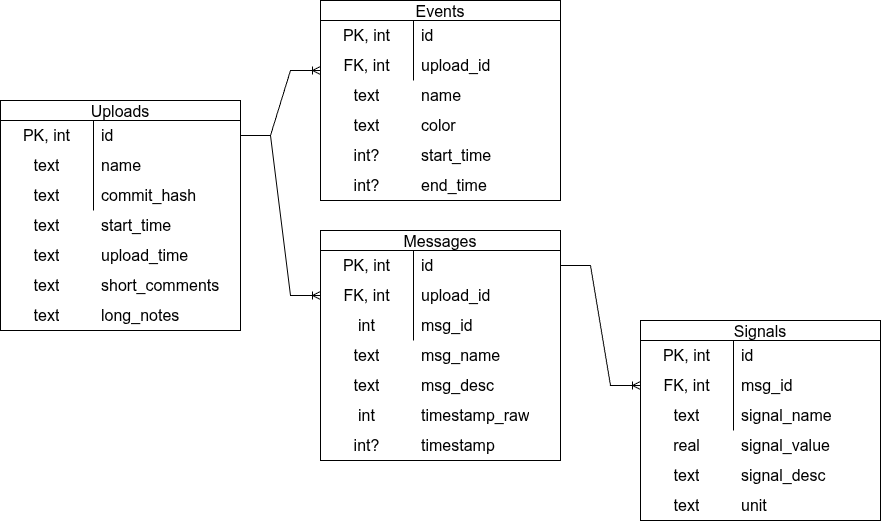
Earlier version of the draw.io export daq/daqcloud_tables.drawio.png (PurdueElectricRacing/firmware). Source tidied: cells renumbered, new cells last; positions are measured from the earlier drawing's top-left corner, leaving out a move shared by most shapes.
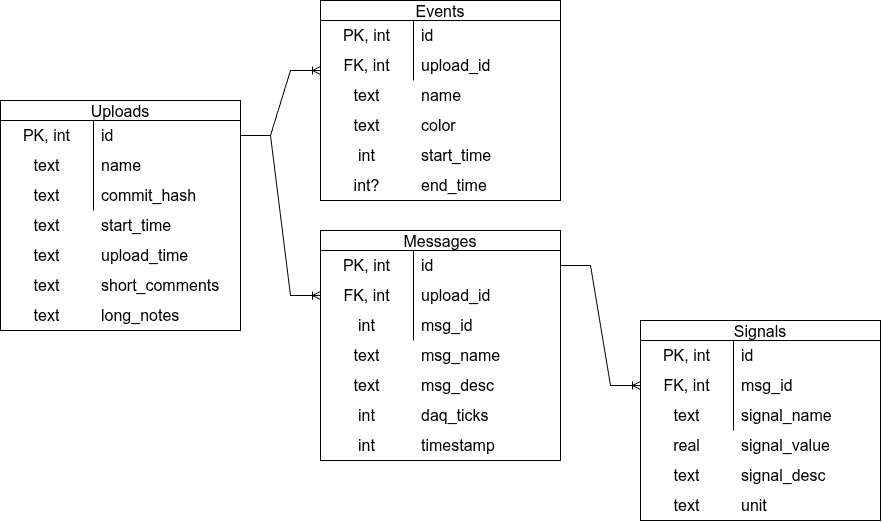
After the change.

Commit message:
use ? as optional

What changed in the source:
```diff
@@ -82,10 +82,10 @@
     <mxCell id="27" value="int" style="shape=partialRectangle;html=1;whiteSpace=wrap;fillColor=none;top=0;left=0;bottom=0;right=0;overflow=hidden;strokeColor=inherit;fontSize=16;" parent="1" vertex="1">
       <mxGeometry x="320" y="400" width="93" height="30" as="geometry" />
     </mxCell>
-    <mxCell id="28" value="timestamp_raw" style="shape=partialRectangle;html=1;whiteSpace=wrap;fillColor=none;top=0;left=0;bottom=0;right=0;align=left;spacingLeft=6;overflow=hidden;strokeColor=inherit;fontSize=16;" parent="1" vertex="1">
+    <mxCell id="28" value="daq_ticks" style="shape=partialRectangle;html=1;whiteSpace=wrap;fillColor=none;top=0;left=0;bottom=0;right=0;align=left;spacingLeft=6;overflow=hidden;strokeColor=inherit;fontSize=16;" parent="1" vertex="1">
       <mxGeometry x="413" y="400" width="147" height="30" as="geometry" />
     </mxCell>
-    <mxCell id="29" value="int?" style="shape=partialRectangle;html=1;whiteSpace=wrap;fillColor=none;top=0;left=0;bottom=0;right=0;overflow=hidden;strokeColor=inherit;fontSize=16;" parent="1" vertex="1">
+    <mxCell id="29" value="int" style="shape=partialRectangle;html=1;whiteSpace=wrap;fillColor=none;top=0;left=0;bottom=0;right=0;overflow=hidden;strokeColor=inherit;fontSize=16;" parent="1" vertex="1">
       <mxGeometry x="320" y="430" width="93" height="30" as="geometry" />
     </mxCell>
     <mxCell id="30" value="timestamp" style="shape=partialRectangle;html=1;whiteSpace=wrap;fillColor=none;top=0;left=0;bottom=0;right=0;align=left;spacingLeft=6;overflow=hidden;strokeColor=inherit;fontSize=16;" parent="1" vertex="1">
@@ -192,7 +192,7 @@
     <mxCell id="63" value="long_notes" style="shape=partialRectangle;html=1;whiteSpace=wrap;fillColor=none;top=0;left=0;bottom=0;right=0;align=left;spacingLeft=6;overflow=hidden;strokeColor=inherit;fontSize=16;" parent="1" vertex="1">
       <mxGeometry x="93" y="300" width="147" height="30" as="geometry" />
     </mxCell>
-    <mxCell id="64" value="int?" style="shape=partialRectangle;html=1;whiteSpace=wrap;fillColor=none;top=0;left=0;bottom=0;right=0;overflow=hidden;strokeColor=inherit;fontSize=16;" parent="1" vertex="1">
+    <mxCell id="64" value="int" style="shape=partialRectangle;html=1;whiteSpace=wrap;fillColor=none;top=0;left=0;bottom=0;right=0;overflow=hidden;strokeColor=inherit;fontSize=16;" parent="1" vertex="1">
       <mxGeometry x="320" y="140" width="93" height="30" as="geometry" />
     </mxCell>
     <mxCell id="65" value="start_time" style="shape=partialRectangle;html=1;whiteSpace=wrap;fillColor=none;top=0;left=0;bottom=0;right=0;align=left;spacingLeft=6;overflow=hidden;strokeColor=inherit;fontSize=16;" parent="1" vertex="1">
```
